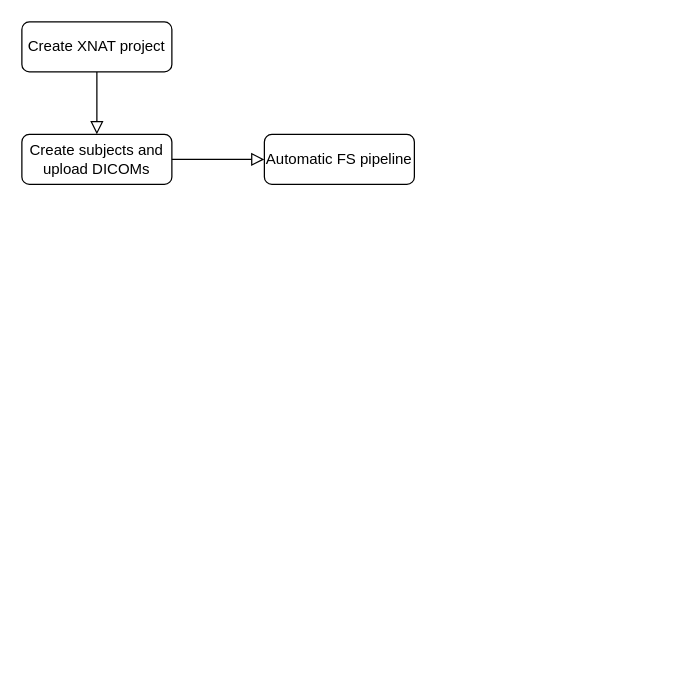
This is doc/Untitled Diagram.drawio from asqwerty666/acenip, a draw.io file, before an edit. Source tidied: cells renumbered, new cells numbered last; positions are measured from the earlier drawing's top-left corner, leaving out a move shared by most shapes. Both pictures are drawn from the tidied source at 125%, with x=0, y=0 at pixel (21, 21).
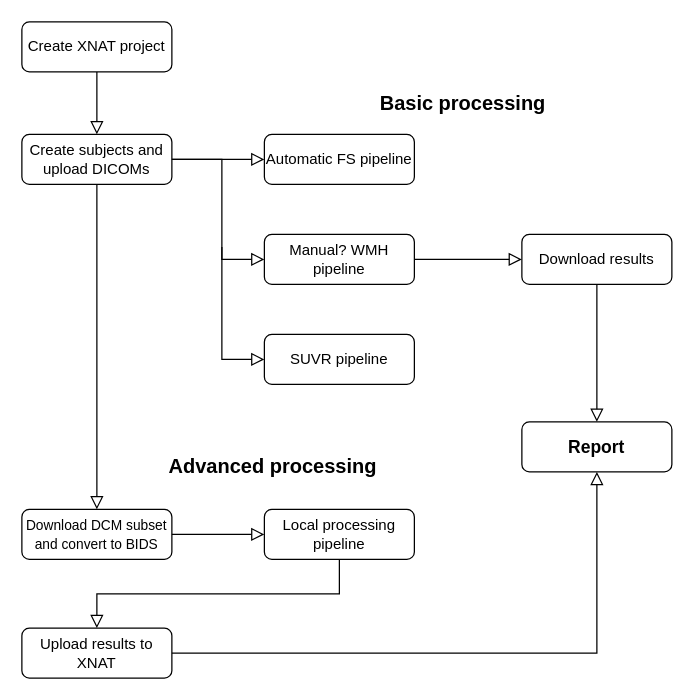
The same diagram, later.

Unchanged cells that the change refers to:
```xml
<mxCell id="4" value="Create subjects and upload DICOMs" style="rounded=1;whiteSpace=wrap;html=1;fontSize=12;glass=0;strokeWidth=1;shadow=0;" parent="1" vertex="1">
  <mxGeometry y="90" width="120" height="40" as="geometry" />
</mxCell>
```

What changed in the source:
```diff
@@
+    <mxCell id="7" value="Manual? WMH pipeline" style="rounded=1;whiteSpace=wrap;html=1;fontSize=12;glass=0;strokeWidth=1;shadow=0;" parent="1" vertex="1">
+      <mxGeometry x="194" y="170" width="120" height="40" as="geometry" />
+    </mxCell>
+    <mxCell id="8" style="rounded=0;html=1;jettySize=auto;fontSize=11;endArrow=block;endFill=0;endSize=8;strokeWidth=1;shadow=0;labelBackgroundColor=none;edgeStyle=orthogonalEdgeStyle;exitX=1;exitY=0.5;exitDx=0;exitDy=0;" parent="1" edge="1" source="4" target="7">
+      <mxGeometry relative="1" as="geometry">
+        <Array as="points">
+          <mxPoint x="160" y="110" />
+          <mxPoint x="160" y="190" />
+        </Array>
+      </mxGeometry>
+    </mxCell>
+    <mxCell id="9" value="SUVR pipeline" style="rounded=1;whiteSpace=wrap;html=1;fontSize=12;glass=0;strokeWidth=1;shadow=0;" parent="1" vertex="1">
+      <mxGeometry x="194" y="250" width="120" height="40" as="geometry" />
+    </mxCell>
+    <mxCell id="10" style="rounded=0;html=1;jettySize=auto;fontSize=11;endArrow=block;endFill=0;endSize=8;strokeWidth=1;shadow=0;labelBackgroundColor=none;edgeStyle=orthogonalEdgeStyle;entryX=0;entryY=0.5;entryDx=0;entryDy=0;" parent="1" edge="1" target="9">
+      <mxGeometry relative="1" as="geometry">
+        <mxPoint x="160" y="180" as="sourcePoint" />
+        <Array as="points">
+          <mxPoint x="160" y="270" />
+          <mxPoint x="194" y="270" />
+        </Array>
+      </mxGeometry>
+    </mxCell>
+    <mxCell id="11" value="&lt;div&gt;Download results&lt;/div&gt;" style="rounded=1;whiteSpace=wrap;html=1;fontSize=12;glass=0;strokeWidth=1;shadow=0;" parent="1" vertex="1">
+      <mxGeometry x="400" y="170" width="120" height="40" as="geometry" />
+    </mxCell>
+    <mxCell id="12" style="rounded=0;html=1;jettySize=auto;fontSize=11;endArrow=block;endFill=0;endSize=8;strokeWidth=1;shadow=0;labelBackgroundColor=none;edgeStyle=orthogonalEdgeStyle;exitX=1;exitY=0.5;exitDx=0;exitDy=0;entryX=0;entryY=0.5;entryDx=0;entryDy=0;" parent="1" edge="1" source="7" target="11">
+      <mxGeometry relative="1" as="geometry" />
+    </mxCell>
+    <mxCell id="13" value="&lt;div style=&quot;font-size: 14px;&quot;&gt;&lt;font style=&quot;font-size: 14px;&quot;&gt;&lt;b&gt;Report&lt;/b&gt;&lt;/font&gt;&lt;/div&gt;" style="rounded=1;whiteSpace=wrap;html=1;fontSize=12;glass=0;strokeWidth=1;shadow=0;" parent="1" vertex="1">
+      <mxGeometry x="400" y="320" width="120" height="40" as="geometry" />
+    </mxCell>
+    <mxCell id="14" style="rounded=0;html=1;jettySize=auto;fontSize=11;endArrow=block;endFill=0;endSize=8;strokeWidth=1;shadow=0;labelBackgroundColor=none;edgeStyle=orthogonalEdgeStyle;exitX=0.5;exitY=1;exitDx=0;exitDy=0;" parent="1" edge="1" source="11" target="13">
+      <mxGeometry relative="1" as="geometry" />
+    </mxCell>
+    <mxCell id="15" value="&lt;font style=&quot;font-size: 16px;&quot;&gt;&lt;b&gt;Basic processing&lt;/b&gt;&lt;/font&gt;" style="text;html=1;strokeColor=none;fillColor=none;align=center;verticalAlign=middle;whiteSpace=wrap;rounded=0;" parent="1" vertex="1">
+      <mxGeometry x="240" y="50" width="226" height="30" as="geometry" />
+    </mxCell>
+    <mxCell id="16" value="&lt;font style=&quot;font-size: 16px;&quot;&gt;&lt;b&gt;Advanced processing&lt;/b&gt;&lt;/font&gt;" style="text;html=1;strokeColor=none;fillColor=none;align=center;verticalAlign=middle;whiteSpace=wrap;rounded=0;" parent="1" vertex="1">
+      <mxGeometry x="88" y="340" width="226" height="30" as="geometry" />
+    </mxCell>
+    <mxCell id="17" value="&lt;font style=&quot;font-size: 11px;&quot;&gt;Download DCM subset and convert to BIDS&lt;/font&gt;" style="rounded=1;whiteSpace=wrap;html=1;fontSize=12;glass=0;strokeWidth=1;shadow=0;" parent="1" vertex="1">
+      <mxGeometry y="390" width="120" height="40" as="geometry" />
+    </mxCell>
+    <mxCell id="18" style="rounded=0;html=1;jettySize=auto;fontSize=11;endArrow=block;endFill=0;endSize=8;strokeWidth=1;shadow=0;labelBackgroundColor=none;edgeStyle=orthogonalEdgeStyle;entryX=0.5;entryY=0;entryDx=0;entryDy=0;exitX=0.5;exitY=1;exitDx=0;exitDy=0;" parent="1" edge="1" source="4" target="17">
+      <mxGeometry relative="1" as="geometry" />
+    </mxCell>
+    <mxCell id="19" value="Local processing pipeline" style="rounded=1;whiteSpace=wrap;html=1;fontSize=12;glass=0;strokeWidth=1;shadow=0;" parent="1" vertex="1">
+      <mxGeometry x="194" y="390" width="120" height="40" as="geometry" />
+    </mxCell>
+    <mxCell id="20" style="rounded=0;html=1;jettySize=auto;fontSize=11;endArrow=block;endFill=0;endSize=8;strokeWidth=1;shadow=0;labelBackgroundColor=none;edgeStyle=orthogonalEdgeStyle;entryX=0;entryY=0.5;entryDx=0;entryDy=0;exitX=1;exitY=0.5;exitDx=0;exitDy=0;" parent="1" edge="1" source="17" target="19">
+      <mxGeometry relative="1" as="geometry" />
+    </mxCell>
+    <mxCell id="21" value="Upload results to XNAT" style="rounded=1;whiteSpace=wrap;html=1;fontSize=12;glass=0;strokeWidth=1;shadow=0;" parent="1" vertex="1">
+      <mxGeometry y="485" width="120" height="40" as="geometry" />
+    </mxCell>
+    <mxCell id="22" style="rounded=0;html=1;jettySize=auto;fontSize=11;endArrow=block;endFill=0;endSize=8;strokeWidth=1;shadow=0;labelBackgroundColor=none;edgeStyle=orthogonalEdgeStyle;entryX=0.5;entryY=0;entryDx=0;entryDy=0;exitX=0.5;exitY=1;exitDx=0;exitDy=0;" parent="1" edge="1" source="19" target="21">
+      <mxGeometry relative="1" as="geometry" />
+    </mxCell>
+    <mxCell id="23" style="rounded=0;html=1;jettySize=auto;fontSize=11;endArrow=block;endFill=0;endSize=8;strokeWidth=1;shadow=0;labelBackgroundColor=none;edgeStyle=orthogonalEdgeStyle;entryX=0.5;entryY=1;entryDx=0;entryDy=0;exitX=1;exitY=0.5;exitDx=0;exitDy=0;" parent="1" edge="1" source="21" target="13">
+      <mxGeometry relative="1" as="geometry" />
+    </mxCell>
```
